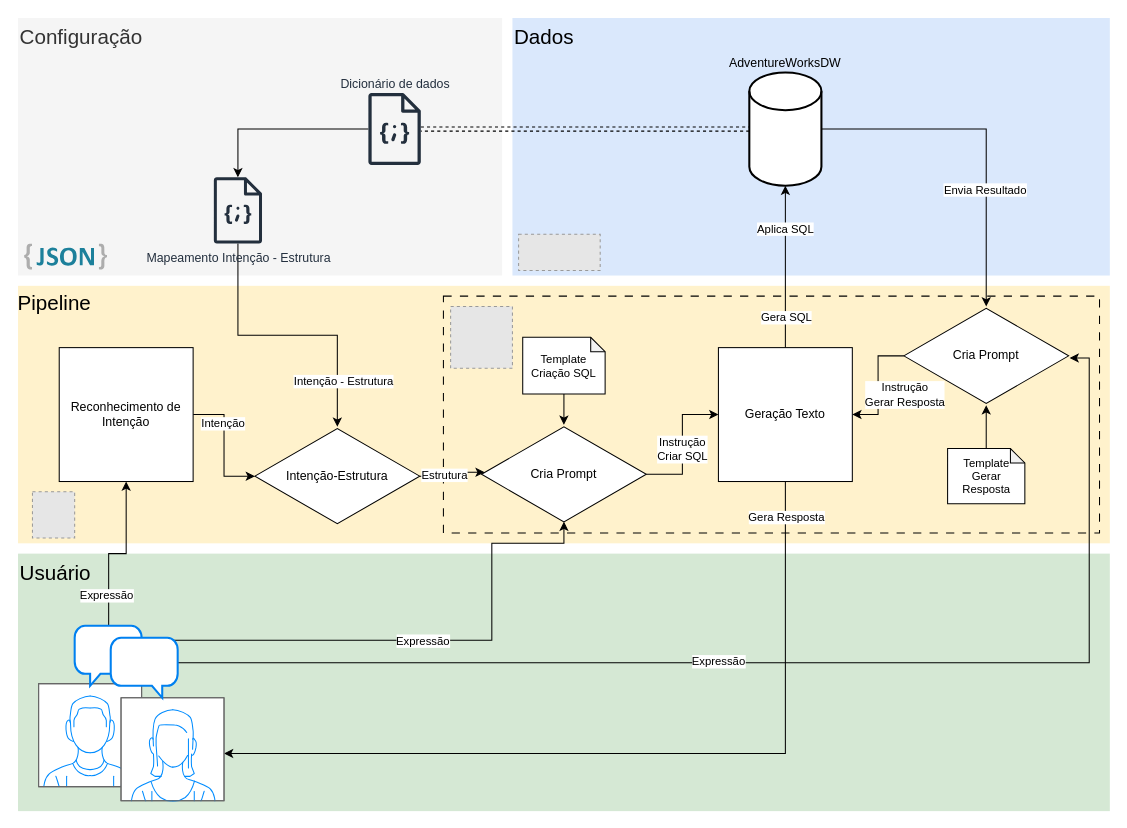
This is Untitled Diagram.drawio from RogerioPiazzon/trabalhofinalPECE, a draw.io file, before an edit. Source tidied: cells renumbered, new cells numbered last; positions are measured from the earlier drawing's top-left corner, leaving out a move shared by most shapes. Both pictures are drawn from the tidied source at 103%, with x=0, y=0 at pixel (18, 18). Pictures stored in the file or linked from it are replaced by grey dashed boxes.
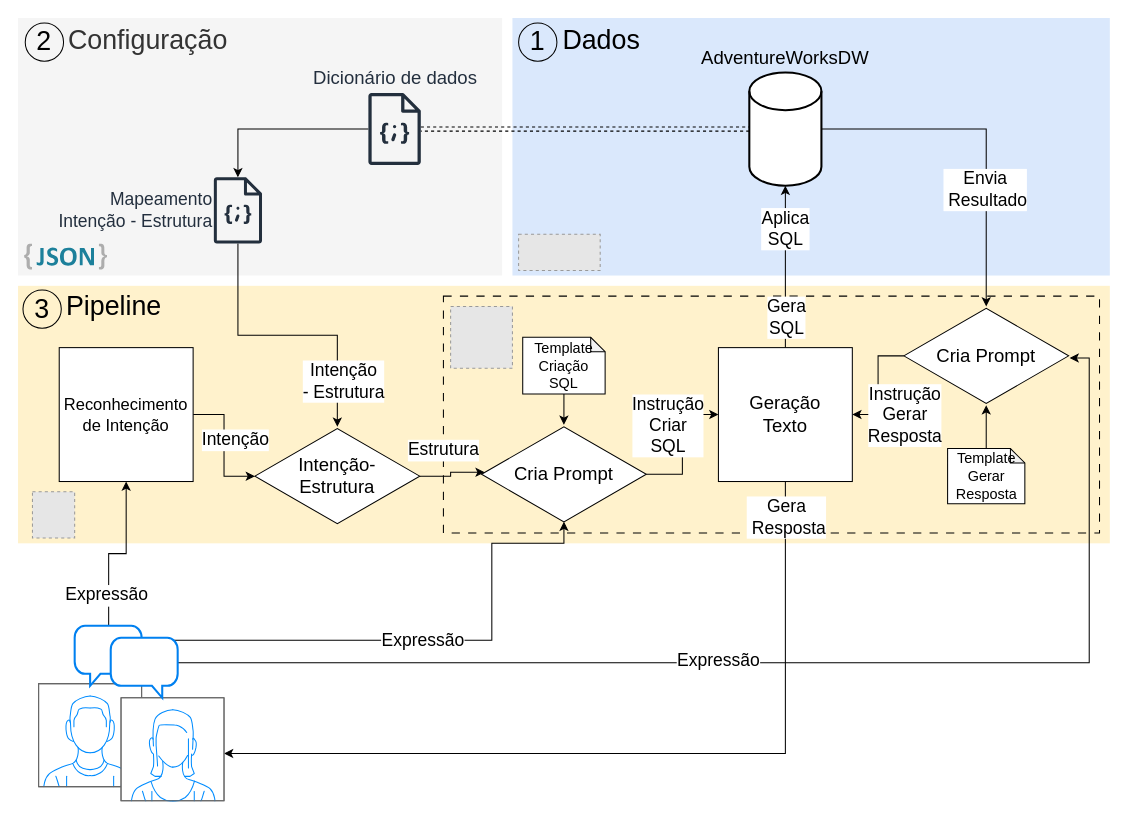
The same diagram, later.

Commit message:
ajuste tamanho letras numeracao

The change refers to these unchanged cells:
```xml
<mxCell id="6" style="edgeStyle=orthogonalEdgeStyle;shape=connector;rounded=0;jettySize=auto;html=1;exitX=1;exitY=0.5;exitDx=0;exitDy=0;labelBackgroundColor=default;strokeColor=default;align=center;verticalAlign=middle;fontFamily=Helvetica;fontSize=11;fontColor=default;endArrow=classic;" parent="1" edge="1" source="9" target="21">
  <mxGeometry relative="1" as="geometry" />
</mxCell>
<mxCell id="10" style="edgeStyle=orthogonalEdgeStyle;shape=connector;rounded=0;jettySize=auto;html=1;exitX=1;exitY=0.5;exitDx=0;exitDy=0;exitPerimeter=0;labelBackgroundColor=default;strokeColor=default;align=center;verticalAlign=middle;fontFamily=Helvetica;fontSize=11;fontColor=default;endArrow=classic;" parent="1" edge="1" source="13" target="37">
  <mxGeometry relative="1" as="geometry" />
</mxCell>
<mxCell id="16" style="edgeStyle=orthogonalEdgeStyle;shape=connector;rounded=0;jettySize=auto;html=1;labelBackgroundColor=default;strokeColor=default;align=center;verticalAlign=middle;fontFamily=Helvetica;fontSize=11;fontColor=default;endArrow=classic;" parent="1" edge="1" source="18" target="21">
  <mxGeometry relative="1" as="geometry" />
</mxCell>
<mxCell id="19" style="edgeStyle=orthogonalEdgeStyle;shape=connector;rounded=0;jettySize=auto;html=1;labelBackgroundColor=default;strokeColor=default;align=center;verticalAlign=middle;fontFamily=Helvetica;fontSize=11;fontColor=default;endArrow=classic;entryX=0.019;entryY=0.479;entryDx=0;entryDy=0;entryPerimeter=0;" parent="1" edge="1" source="21" target="28">
  <mxGeometry relative="1" as="geometry" />
</mxCell>
<mxCell id="22" style="edgeStyle=orthogonalEdgeStyle;shape=connector;rounded=0;jettySize=auto;html=1;labelBackgroundColor=default;strokeColor=default;align=center;verticalAlign=middle;fontFamily=Helvetica;fontSize=11;fontColor=default;endArrow=classic;exitX=0.33;exitY=0.043;exitDx=0;exitDy=0;exitPerimeter=0;" parent="1" edge="1" source="49" target="9">
  <mxGeometry relative="1" as="geometry" />
</mxCell>
<mxCell id="24" style="edgeStyle=orthogonalEdgeStyle;shape=connector;rounded=0;jettySize=auto;html=1;labelBackgroundColor=default;strokeColor=default;align=center;verticalAlign=middle;fontFamily=Helvetica;fontSize=11;fontColor=default;endArrow=classic;entryX=0.5;entryY=0.979;entryDx=0;entryDy=0;entryPerimeter=0;labelPosition=center;verticalLabelPosition=middle;exitX=0.83;exitY=0.2;exitDx=0;exitDy=0;exitPerimeter=0;" parent="1" edge="1" source="49" target="28">
  <mxGeometry relative="1" as="geometry">
    <Array as="points">
      <mxPoint x="460" y="604" />
      <mxPoint x="460" y="510" />
      <mxPoint x="530" y="510" />
    </Array>
  </mxGeometry>
</mxCell>
<mxCell id="26" style="edgeStyle=orthogonalEdgeStyle;shape=connector;rounded=0;jettySize=auto;html=1;labelBackgroundColor=default;strokeColor=default;align=center;verticalAlign=middle;fontFamily=Helvetica;fontSize=11;fontColor=default;endArrow=classic;" parent="1" edge="1" source="28" target="34">
  <mxGeometry relative="1" as="geometry" />
</mxCell>
<mxCell id="29" style="edgeStyle=orthogonalEdgeStyle;shape=connector;rounded=0;jettySize=auto;html=1;exitX=0.5;exitY=0;exitDx=0;exitDy=0;labelBackgroundColor=default;strokeColor=default;align=center;verticalAlign=middle;fontFamily=Helvetica;fontSize=11;fontColor=default;endArrow=classic;" parent="1" edge="1" source="34" target="13">
  <mxGeometry relative="1" as="geometry" />
</mxCell>
<mxCell id="32" style="edgeStyle=orthogonalEdgeStyle;shape=connector;rounded=0;jettySize=auto;html=1;exitX=0.5;exitY=1;exitDx=0;exitDy=0;entryX=1;entryY=0.54;entryDx=0;entryDy=0;labelBackgroundColor=default;strokeColor=default;align=center;verticalAlign=middle;fontFamily=Helvetica;fontSize=11;fontColor=default;endArrow=classic;entryPerimeter=0;" parent="1" edge="1" source="34" target="48">
  <mxGeometry relative="1" as="geometry" />
</mxCell>
<mxCell id="35" style="edgeStyle=orthogonalEdgeStyle;shape=connector;rounded=0;jettySize=auto;html=1;labelBackgroundColor=default;strokeColor=default;align=center;verticalAlign=middle;fontFamily=Helvetica;fontSize=11;fontColor=default;endArrow=classic;" parent="1" edge="1" source="37" target="34">
  <mxGeometry relative="1" as="geometry" />
</mxCell>
<mxCell id="38" style="edgeStyle=orthogonalEdgeStyle;shape=connector;rounded=0;jettySize=auto;html=1;entryX=1.006;entryY=0.521;entryDx=0;entryDy=0;entryPerimeter=0;labelBackgroundColor=default;strokeColor=default;align=center;verticalAlign=middle;fontFamily=Helvetica;fontSize=11;fontColor=default;endArrow=classic;exitX=1;exitY=0.514;exitDx=0;exitDy=0;exitPerimeter=0;" parent="1" edge="1" source="49" target="37">
  <mxGeometry relative="1" as="geometry" />
</mxCell>
```

What changed in the source:
```diff
@@
-    <mxCell id="2" value="Configuração" style="rounded=0;whiteSpace=wrap;html=1;fontFamily=Helvetica;fontSize=20;fillColor=#f5f5f5;strokeColor=none;align=left;verticalAlign=top;fontColor=#333333;" parent="1" vertex="1">
+    <mxCell id="2" value="Configuração" style="rounded=0;whiteSpace=wrap;html=1;fontFamily=Helvetica;fontSize=26;fillColor=#f5f5f5;strokeColor=none;align=left;verticalAlign=top;fontColor=#333333;spacingLeft=47;" parent="1" vertex="1">
       <mxGeometry width="470" height="250" as="geometry" />
     </mxCell>
-    <mxCell id="3" value="Usuário" style="rounded=0;whiteSpace=wrap;html=1;fontFamily=Helvetica;fontSize=20;fillColor=#d5e8d4;strokeColor=none;align=left;verticalAlign=top;" parent="1" vertex="1">
-      <mxGeometry y="520" width="1060" height="250" as="geometry" />
-    </mxCell>
-    <mxCell id="4" value="Dados" style="rounded=0;whiteSpace=wrap;html=1;fontFamily=Helvetica;fontSize=20;fillColor=#dae8fc;strokeColor=none;align=left;verticalAlign=top;" parent="1" vertex="1">
+    <mxCell id="4" value="Dados" style="rounded=0;whiteSpace=wrap;html=1;fontFamily=Helvetica;fontSize=26;fillColor=#dae8fc;strokeColor=none;align=left;verticalAlign=top;spacingLeft=47;" parent="1" vertex="1">
       <mxGeometry x="480" width="580" height="250" as="geometry" />
     </mxCell>
-    <mxCell id="5" value="&lt;div style=&quot;font-size: 20px;&quot;&gt;&lt;span style=&quot;background-color: initial; font-size: 20px;&quot;&gt;Pipeline&lt;/span&gt;&lt;/div&gt;" style="rounded=0;whiteSpace=wrap;html=1;fontFamily=Helvetica;fontSize=20;fillColor=#fff2cc;strokeColor=none;align=left;verticalAlign=top;spacing=0;" parent="1" vertex="1">
+    <mxCell id="5" value="&lt;div style=&quot;font-size: 26px;&quot;&gt;&lt;span style=&quot;background-color: initial; font-size: 26px;&quot;&gt;Pipeline&lt;/span&gt;&lt;/div&gt;" style="rounded=0;whiteSpace=wrap;html=1;fontFamily=Helvetica;fontSize=26;fillColor=#fff2cc;strokeColor=none;align=left;verticalAlign=top;spacing=0;spacingLeft=47;" parent="1" vertex="1">
       <mxGeometry y="260" width="1060" height="250" as="geometry" />
     </mxCell>
@@
-    <mxCell id="7" value="Intenção" style="edgeLabel;html=1;align=center;verticalAlign=middle;fontSize=11;fontFamily=Helvetica;fontColor=default;labelPosition=center;verticalLabelPosition=middle;" parent="6" vertex="1">
-      <mxGeometry x="-0.36" y="-2" relative="1" as="geometry" />
+    <mxCell id="7" value="Intenção" style="edgeLabel;html=1;align=center;verticalAlign=middle;fontSize=17;fontFamily=Helvetica;fontColor=default;labelPosition=center;verticalLabelPosition=middle;" parent="6" vertex="1">
+      <mxGeometry x="-0.36" y="-2" relative="1" as="geometry">
+        <mxPoint x="12" y="16" as="offset" />
+      </mxGeometry>
     </mxCell>
@@
-    <mxCell id="9" value="Reconhecimento de Intenção" style="whiteSpace=wrap;html=1;strokeColor=default;" parent="1" vertex="1">
+    <mxCell id="9" value="Reconhecimento de Intenção" style="whiteSpace=wrap;html=1;strokeColor=default;fontSize=16;" parent="1" vertex="1">
       <mxGeometry x="40" y="320" width="130" height="130" as="geometry" />
     </mxCell>
@@
-    <mxCell id="11" value="Envia Resultado" style="edgeLabel;html=1;align=center;verticalAlign=middle;fontSize=11;fontFamily=Helvetica;fontColor=default;" parent="10" vertex="1">
+    <mxCell id="11" value="Envia&lt;br style=&quot;font-size: 17px;&quot;&gt;&amp;nbsp;Resultado" style="edgeLabel;html=1;align=center;verticalAlign=middle;fontSize=17;fontFamily=Helvetica;fontColor=default;" parent="10" vertex="1">
       <mxGeometry x="0.32" y="-2" relative="1" as="geometry" />
     </mxCell>
@@
-    <mxCell id="13" value="AdventureWorksDW" style="strokeWidth=2;html=1;shape=mxgraph.flowchart.database;whiteSpace=wrap;labelPosition=center;verticalLabelPosition=top;align=center;verticalAlign=bottom;fillColor=default;" parent="1" vertex="1">
+    <mxCell id="13" value="AdventureWorksDW" style="strokeWidth=2;html=1;shape=mxgraph.flowchart.database;whiteSpace=wrap;labelPosition=center;verticalLabelPosition=top;align=center;verticalAlign=bottom;fillColor=default;fontSize=18;" parent="1" vertex="1">
       <mxGeometry x="710" y="52.8" width="70" height="110" as="geometry" />
     </mxCell>
@@
-    <mxCell id="15" value="Dicionário de dados" style="sketch=0;outlineConnect=0;fontColor=#232F3E;gradientColor=none;fillColor=#232F3D;strokeColor=none;dashed=0;verticalLabelPosition=top;verticalAlign=bottom;align=center;html=1;fontSize=12;fontStyle=0;shape=mxgraph.aws4.json_script;labelPosition=center;" parent="1" vertex="1">
+    <mxCell id="15" value="Dicionário de dados" style="sketch=0;outlineConnect=0;fontColor=#232F3E;gradientColor=none;fillColor=#232F3D;strokeColor=none;dashed=0;verticalLabelPosition=top;verticalAlign=bottom;align=center;html=1;fontSize=18;fontStyle=0;shape=mxgraph.aws4.json_script;labelPosition=center;" parent="1" vertex="1">
       <mxGeometry x="340" y="72.8" width="51.2" height="70" as="geometry" />
     </mxCell>
@@
-    <mxCell id="17" value="Intenção - Estrutura" style="edgeLabel;html=1;align=center;verticalAlign=middle;fontSize=11;fontFamily=Helvetica;fontColor=default;" parent="16" vertex="1">
+    <mxCell id="17" value="Intenção &lt;br style=&quot;font-size: 17px;&quot;&gt;- Estrutura" style="edgeLabel;html=1;align=center;verticalAlign=middle;fontSize=17;fontFamily=Helvetica;fontColor=default;" parent="16" vertex="1">
       <mxGeometry x="0.68" y="5" relative="1" as="geometry" />
     </mxCell>
-    <mxCell id="18" value="Mapeamento Intenção - Estrutura" style="sketch=0;outlineConnect=0;fontColor=#232F3E;gradientColor=none;fillColor=#232F3D;strokeColor=none;dashed=0;verticalLabelPosition=bottom;verticalAlign=top;align=center;html=1;fontSize=12;fontStyle=0;shape=mxgraph.aws4.json_script;labelPosition=center;" parent="1" vertex="1">
+    <mxCell id="18" value="Mapeamento &lt;br&gt;Intenção - Estrutura" style="sketch=0;outlineConnect=0;fontColor=#232F3E;gradientColor=none;fillColor=#232F3D;strokeColor=none;dashed=0;verticalLabelPosition=middle;verticalAlign=middle;align=right;html=1;fontSize=17;fontStyle=0;shape=mxgraph.aws4.json_script;labelPosition=left;" parent="1" vertex="1">
       <mxGeometry x="190" y="154.7" width="47" height="64.3" as="geometry" />
     </mxCell>
@@
-    <mxCell id="20" value="Estrutura" style="edgeLabel;html=1;align=center;verticalAlign=middle;fontSize=11;fontFamily=Helvetica;fontColor=default;" parent="19" vertex="1">
-      <mxGeometry x="-0.31" y="1" relative="1" as="geometry" />
+    <mxCell id="20" value="Estrutura" style="edgeLabel;html=1;align=center;verticalAlign=middle;fontSize=17;fontFamily=Helvetica;fontColor=default;" parent="19" vertex="1">
+      <mxGeometry x="-0.31" y="1" relative="1" as="geometry">
+        <mxPoint x="-1" y="-24" as="offset" />
+      </mxGeometry>
     </mxCell>
-    <mxCell id="21" value="Intenção-Estrutura" style="html=1;whiteSpace=wrap;shape=isoRectangle;" parent="1" vertex="1">
+    <mxCell id="21" value="Intenção-&lt;br&gt;Estrutura" style="html=1;whiteSpace=wrap;shape=isoRectangle;fontSize=18;" parent="1" vertex="1">
       <mxGeometry x="230" y="396.8" width="160" height="96" as="geometry" />
     </mxCell>
@@
-    <mxCell id="23" value="Expressão" style="edgeLabel;html=1;align=center;verticalAlign=middle;fontSize=11;fontFamily=Helvetica;fontColor=default;labelPosition=center;verticalLabelPosition=middle;" parent="22" vertex="1">
+    <mxCell id="23" value="Expressão" style="edgeLabel;html=1;align=center;verticalAlign=middle;fontSize=17;fontFamily=Helvetica;fontColor=default;labelPosition=center;verticalLabelPosition=middle;" parent="22" vertex="1">
       <mxGeometry relative="1" as="geometry">
         <mxPoint x="-9" y="40" as="offset" />
       </mxGeometry>
     </mxCell>
@@
-    <mxCell id="25" value="Expressão" style="edgeLabel;html=1;align=center;verticalAlign=middle;fontSize=11;fontFamily=Helvetica;fontColor=default;labelPosition=center;verticalLabelPosition=middle;" parent="24" vertex="1">
+    <mxCell id="25" value="Expressão" style="edgeLabel;html=1;align=center;verticalAlign=middle;fontSize=17;fontFamily=Helvetica;fontColor=default;labelPosition=center;verticalLabelPosition=middle;" parent="24" vertex="1">
       <mxGeometry relative="1" as="geometry" />
     </mxCell>
@@
-    <mxCell id="27" value="Instrução&lt;br&gt;Criar SQL" style="edgeLabel;html=1;align=center;verticalAlign=middle;fontSize=11;fontFamily=Helvetica;fontColor=default;" parent="26" vertex="1">
+    <mxCell id="27" value="Instrução&lt;br style=&quot;font-size: 17px;&quot;&gt;Criar &lt;br style=&quot;font-size: 17px;&quot;&gt;SQL" style="edgeLabel;html=1;align=center;verticalAlign=middle;fontSize=17;fontFamily=Helvetica;fontColor=default;" parent="26" vertex="1">
       <mxGeometry x="-0.36" y="1" relative="1" as="geometry">
-        <mxPoint y="-19" as="offset" />
+        <mxPoint x="-14" y="-42" as="offset" />
       </mxGeometry>
     </mxCell>
-    <mxCell id="28" value="Cria Prompt" style="html=1;whiteSpace=wrap;shape=isoRectangle;" parent="1" vertex="1">
+    <mxCell id="28" value="Cria Prompt" style="html=1;whiteSpace=wrap;shape=isoRectangle;fontSize=18;" parent="1" vertex="1">
       <mxGeometry x="450" y="395" width="160" height="96" as="geometry" />
     </mxCell>
@@
-    <mxCell id="30" value="Gera SQL" style="edgeLabel;html=1;align=center;verticalAlign=middle;fontSize=11;fontFamily=Helvetica;fontColor=default;" parent="29" vertex="1">
+    <mxCell id="30" value="Gera &lt;br style=&quot;font-size: 17px;&quot;&gt;SQL" style="edgeLabel;html=1;align=center;verticalAlign=middle;fontSize=17;fontFamily=Helvetica;fontColor=default;" parent="29" vertex="1">
       <mxGeometry x="-0.38" y="-1" relative="1" as="geometry">
         <mxPoint x="-1" y="19" as="offset" />
       </mxGeometry>
     </mxCell>
-    <mxCell id="31" value="Aplica SQL" style="edgeLabel;html=1;align=center;verticalAlign=middle;fontSize=11;fontFamily=Helvetica;fontColor=default;" parent="29" vertex="1">
+    <mxCell id="31" value="Aplica &lt;br style=&quot;font-size: 17px;&quot;&gt;SQL" style="edgeLabel;html=1;align=center;verticalAlign=middle;fontSize=17;fontFamily=Helvetica;fontColor=default;" parent="29" vertex="1">
       <mxGeometry x="0.48" y="1" relative="1" as="geometry" />
     </mxCell>
@@
-    <mxCell id="33" value="Gera Resposta" style="edgeLabel;html=1;align=center;verticalAlign=middle;fontSize=11;fontFamily=Helvetica;fontColor=default;" parent="32" vertex="1">
+    <mxCell id="33" value="Gera&lt;br style=&quot;font-size: 17px;&quot;&gt;&amp;nbsp;Resposta" style="edgeLabel;html=1;align=center;verticalAlign=middle;fontSize=17;fontFamily=Helvetica;fontColor=default;" parent="32" vertex="1">
       <mxGeometry x="-0.66" y="-2" relative="1" as="geometry">
         <mxPoint x="2" y="-104" as="offset" />
       </mxGeometry>
     </mxCell>
-    <mxCell id="34" value="Geração Texto" style="whiteSpace=wrap;html=1;" parent="1" vertex="1">
+    <mxCell id="34" value="Geração &lt;br&gt;Texto" style="whiteSpace=wrap;html=1;fontSize=18;" parent="1" vertex="1">
       <mxGeometry x="680" y="320" width="130" height="130" as="geometry" />
     </mxCell>
@@
-    <mxCell id="36" value="Instrução&lt;br&gt;Gerar Resposta" style="edgeLabel;align=center;verticalAlign=middle;fontSize=11;fontFamily=Helvetica;fontColor=default;spacing=2;html=1;" parent="35" vertex="1">
+    <mxCell id="36" value="Instrução&lt;br style=&quot;font-size: 17px;&quot;&gt;Gerar &lt;br style=&quot;font-size: 17px;&quot;&gt;Resposta" style="edgeLabel;align=center;verticalAlign=middle;fontSize=17;fontFamily=Helvetica;fontColor=default;spacing=2;html=1;" parent="35" vertex="1">
       <mxGeometry relative="1" as="geometry">
-        <mxPoint x="25" y="8" as="offset" />
+        <mxPoint x="25" y="28" as="offset" />
       </mxGeometry>
     </mxCell>
-    <mxCell id="37" value="Cria Prompt" style="html=1;whiteSpace=wrap;shape=isoRectangle;" parent="1" vertex="1">
+    <mxCell id="37" value="Cria Prompt" style="html=1;whiteSpace=wrap;shape=isoRectangle;fontSize=18;" parent="1" vertex="1">
       <mxGeometry x="860" y="280" width="160" height="96" as="geometry" />
     </mxCell>
@@
-    <mxCell id="39" value="Expressão" style="edgeLabel;html=1;align=center;verticalAlign=middle;fontSize=11;fontFamily=Helvetica;fontColor=default;" parent="38" vertex="1">
+    <mxCell id="39" value="Expressão" style="edgeLabel;html=1;align=center;verticalAlign=middle;fontSize=17;fontFamily=Helvetica;fontColor=default;" parent="38" vertex="1">
       <mxGeometry relative="1" as="geometry">
         <mxPoint x="-75" y="-1" as="offset" />
       </mxGeometry>
     </mxCell>
@@
-    <mxCell id="44" value="Template Criação SQL" style="shape=note;whiteSpace=wrap;html=1;backgroundOutline=1;darkOpacity=0.05;fontFamily=Helvetica;fontSize=11;fontColor=default;size=14;" parent="1" vertex="1">
+    <mxCell id="44" value="Template Criação SQL" style="shape=note;whiteSpace=wrap;html=1;backgroundOutline=1;darkOpacity=0.05;fontFamily=Helvetica;fontSize=14;fontColor=default;size=14;" parent="1" vertex="1">
       <mxGeometry x="490" y="310" width="80" height="55" as="geometry" />
     </mxCell>
@@
-    <mxCell id="46" value="Template Gerar Resposta" style="shape=note;whiteSpace=wrap;html=1;backgroundOutline=1;darkOpacity=0.05;fontFamily=Helvetica;fontSize=11;fontColor=default;size=14;" parent="1" vertex="1">
+    <mxCell id="46" value="Template Gerar Resposta" style="shape=note;whiteSpace=wrap;html=1;backgroundOutline=1;darkOpacity=0.05;fontFamily=Helvetica;fontSize=14;fontColor=default;size=14;" parent="1" vertex="1">
       <mxGeometry x="902.5" y="418" width="75" height="53.5" as="geometry" />
     </mxCell>
@@
+    <mxCell id="51" value="2" style="ellipse;whiteSpace=wrap;html=1;labelBackgroundColor=none;fontSize=26;fontStyle=0;fillColor=none;" parent="1" vertex="1">
+      <mxGeometry x="7" y="4.8" width="37.2" height="37.2" as="geometry" />
+    </mxCell>
+    <mxCell id="52" value="1" style="ellipse;whiteSpace=wrap;html=1;labelBackgroundColor=none;fontSize=26;fontStyle=0;fillColor=none;" parent="1" vertex="1">
+      <mxGeometry x="486" y="4.8" width="37.2" height="37.2" as="geometry" />
+    </mxCell>
+    <mxCell id="53" value="3" style="ellipse;whiteSpace=wrap;html=1;labelBackgroundColor=none;fontSize=26;fontStyle=0;fillColor=none;" parent="1" vertex="1">
+      <mxGeometry x="4.8" y="264" width="37.2" height="37.2" as="geometry" />
+    </mxCell>
```
